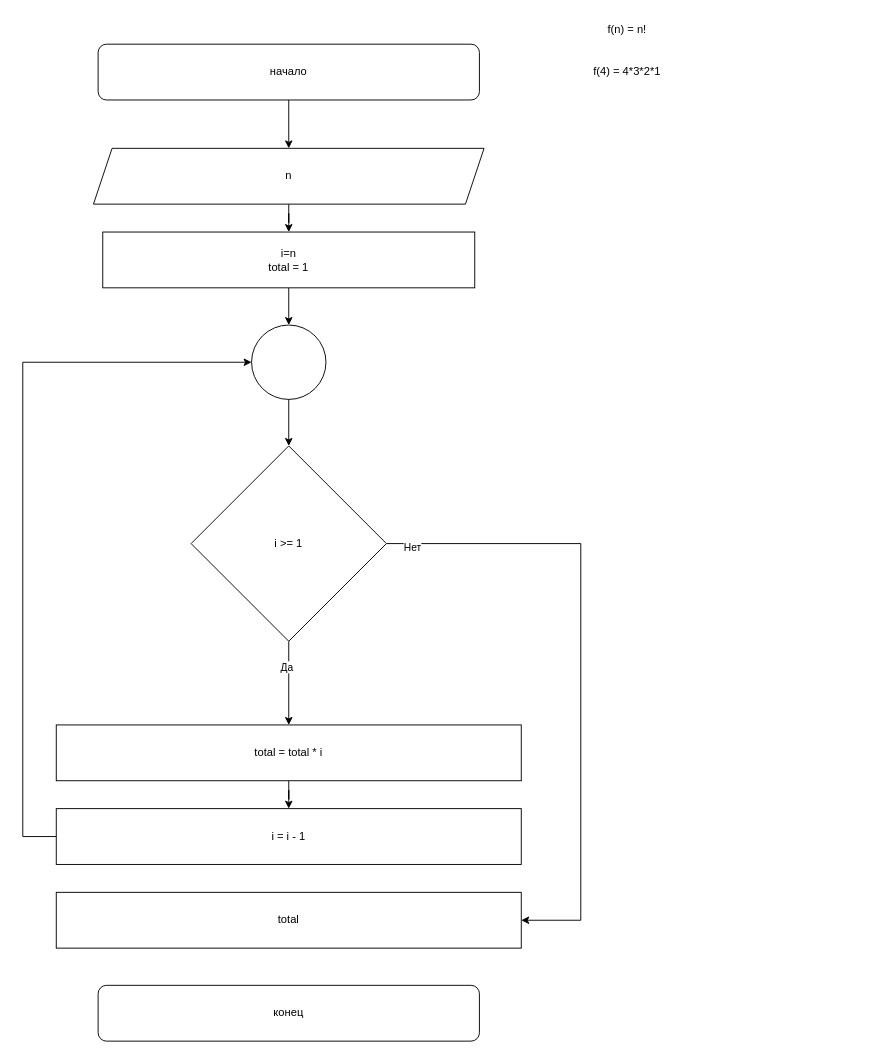
Before: Алгоритмы.drawio in amaleksei-burmiac/begin-programming, a draw.io diagram. Source tidied: cells renumbered, new cells numbered last; positions are measured from the earlier drawing's top-left corner, leaving out a move shared by most shapes. Both pictures are drawn from the tidied source at 93%, with x=0, y=0 at pixel (22, 16).
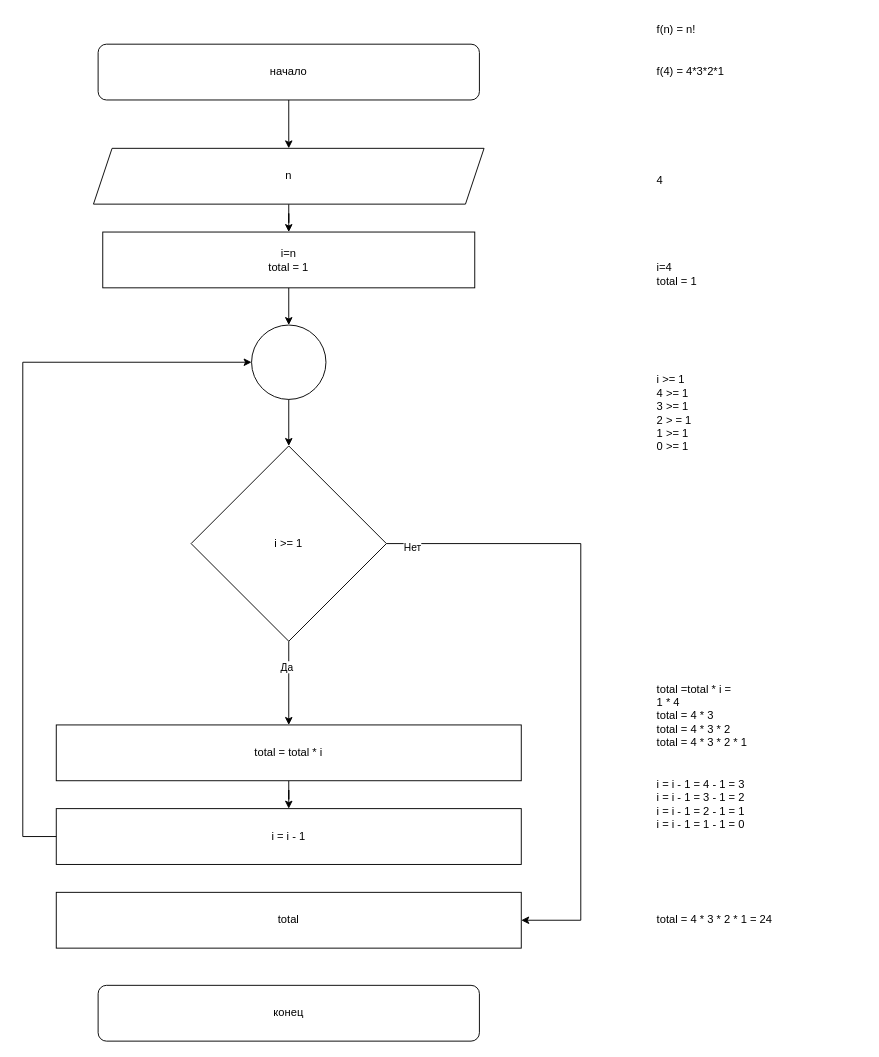
The same page after the edit.

Commit message:
Добавлен пример

Diff of the diagram source:
```diff
@@
-    <mxCell id="7" value="f(n) = n!" style="text;html=1;align=center;verticalAlign=middle;whiteSpace=wrap;rounded=0;" parent="1" vertex="1">
-      <mxGeometry x="620" width="60" height="30" as="geometry" />
+    <mxCell id="7" value="f(n) = n!" style="text;html=1;align=left;verticalAlign=middle;whiteSpace=wrap;rounded=0;" parent="1" vertex="1">
+      <mxGeometry x="680" width="60" height="30" as="geometry" />
     </mxCell>
@@
-    <mxCell id="10" value="f(4) = 4*3*2*1" style="text;html=1;align=center;verticalAlign=middle;whiteSpace=wrap;rounded=0;" parent="1" vertex="1">
-      <mxGeometry x="580" y="45" width="140" height="30" as="geometry" />
+    <mxCell id="10" value="f(4) = 4*3*2*1" style="text;html=1;align=left;verticalAlign=middle;whiteSpace=wrap;rounded=0;" parent="1" vertex="1">
+      <mxGeometry x="680" y="45" width="140" height="30" as="geometry" />
     </mxCell>
@@
+    <mxCell id="23" value="4" style="text;html=1;align=left;verticalAlign=middle;whiteSpace=wrap;rounded=0;" parent="1" vertex="1">
+      <mxGeometry x="680" y="162" width="60" height="30" as="geometry" />
+    </mxCell>
+    <mxCell id="24" value="i=4&lt;br&gt;total = 1" style="text;html=1;align=left;verticalAlign=middle;whiteSpace=wrap;rounded=0;" parent="1" vertex="1">
+      <mxGeometry x="680" y="262" width="60" height="30" as="geometry" />
+    </mxCell>
+    <mxCell id="25" value="i &amp;gt;= 1&lt;br&gt;&lt;div style=&quot;&quot;&gt;&lt;span style=&quot;background-color: initial;&quot;&gt;4 &amp;gt;= 1&lt;/span&gt;&lt;/div&gt;&lt;div style=&quot;&quot;&gt;&lt;span style=&quot;background-color: initial;&quot;&gt;3 &amp;gt;= 1&lt;/span&gt;&lt;/div&gt;&lt;div style=&quot;&quot;&gt;&lt;span style=&quot;background-color: initial;&quot;&gt;2 &amp;gt; = 1&lt;/span&gt;&lt;/div&gt;&lt;div style=&quot;&quot;&gt;&lt;span style=&quot;background-color: initial;&quot;&gt;1 &amp;gt;= 1&lt;/span&gt;&lt;/div&gt;&lt;div style=&quot;&quot;&gt;&lt;span style=&quot;background-color: initial;&quot;&gt;0 &amp;gt;= 1&lt;/span&gt;&lt;/div&gt;" style="text;html=1;align=left;verticalAlign=middle;whiteSpace=wrap;rounded=0;" parent="1" vertex="1">
+      <mxGeometry x="680" y="382" width="60" height="90" as="geometry" />
+    </mxCell>
+    <mxCell id="26" value="&lt;div style=&quot;&quot;&gt;&lt;span style=&quot;background-color: initial;&quot;&gt;total =total * i =&lt;/span&gt;&lt;/div&gt;&lt;div style=&quot;&quot;&gt;&lt;span style=&quot;background-color: initial;&quot;&gt;1 * 4&lt;/span&gt;&lt;/div&gt;&lt;div style=&quot;&quot;&gt;&lt;span style=&quot;background-color: initial;&quot;&gt;total = 4 * 3&lt;/span&gt;&lt;/div&gt;&lt;div style=&quot;&quot;&gt;total = 4 * 3 * 2&lt;span style=&quot;background-color: initial;&quot;&gt;&lt;br&gt;&lt;/span&gt;&lt;/div&gt;&lt;div style=&quot;&quot;&gt;total = 4 * 3 * 2 * 1&lt;br&gt;&lt;/div&gt;" style="text;html=1;align=left;verticalAlign=middle;whiteSpace=wrap;rounded=0;" parent="1" vertex="1">
+      <mxGeometry x="680" y="712" width="223" height="80" as="geometry" />
+    </mxCell>
+    <mxCell id="27" value="i = i - 1 = 4 - 1 = 3&lt;br&gt;i = i - 1 = 3 - 1 = 2&lt;br&gt;i = i - 1 = 2 - 1 = 1&lt;br&gt;i = i - 1 = 1 - 1 = 0" style="text;html=1;align=left;verticalAlign=middle;whiteSpace=wrap;rounded=0;" parent="1" vertex="1">
+      <mxGeometry x="680" y="812" width="120" height="70" as="geometry" />
+    </mxCell>
+    <mxCell id="28" value="total =&amp;nbsp;4 * 3 * 2 * 1 = 24" style="text;html=1;align=left;verticalAlign=middle;whiteSpace=wrap;rounded=0;" parent="1" vertex="1">
+      <mxGeometry x="680" y="957" width="180" height="30" as="geometry" />
+    </mxCell>
```
